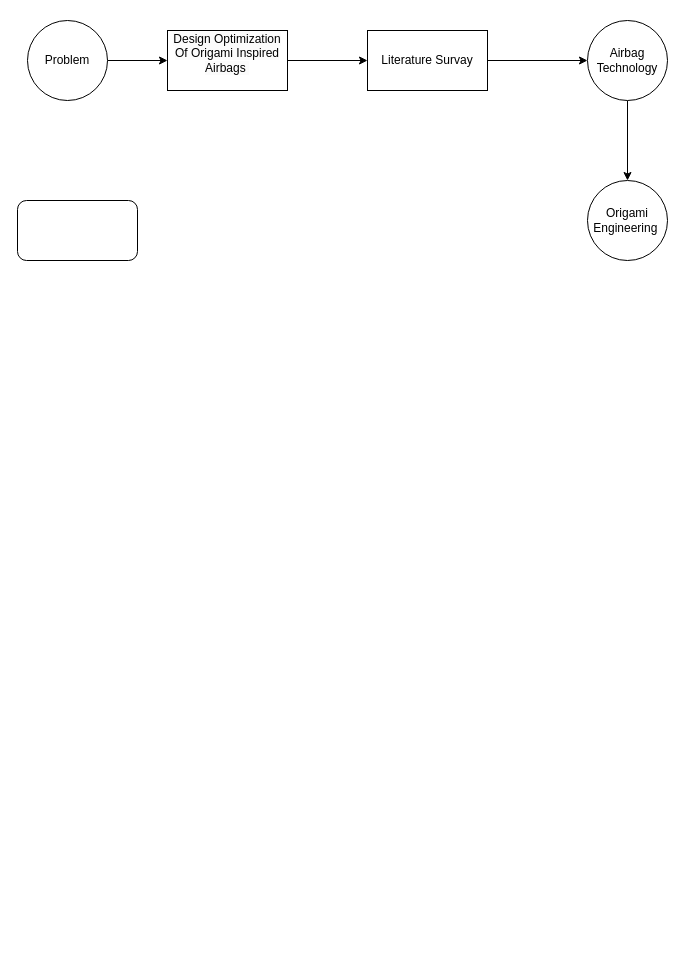
Above: Untitled Diagram.drawio in tettolizer/OrigamiAirBag (draw.io), before the change. Source tidied: cells renumbered, new cells numbered last; positions are measured from the earlier drawing's top-left corner, leaving out a move shared by most shapes. Both pictures are drawn from the tidied source at 100%, with x=0, y=0 at pixel (17, 20).
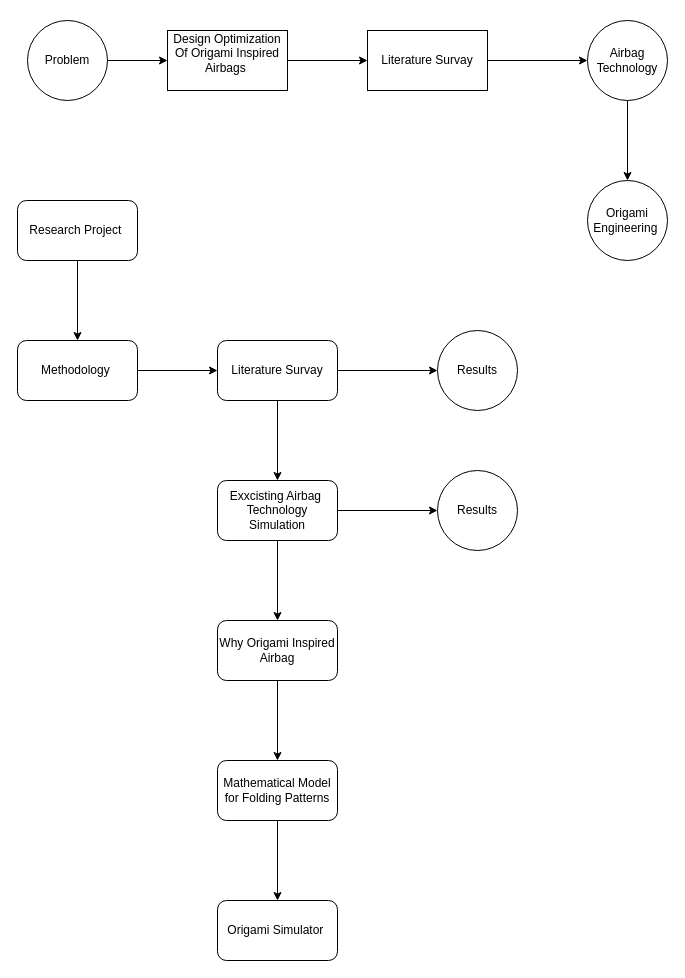
After the change.

The edit, as a diff of the source:
```diff
@@
+    <mxCell id="12" style="edgeStyle=orthogonalEdgeStyle;rounded=0;jettySize=auto;html=1;" parent="1" edge="1" source="11" target="14">
+      <mxGeometry relative="1" as="geometry" />
+    </mxCell>
-    <mxCell id="11" style="rounded=1;whiteSpace=wrap;html=1;" parent="1" vertex="1">
+    <mxCell id="11" value="Research Project&amp;nbsp;" style="rounded=1;whiteSpace=wrap;html=1;" parent="1" vertex="1">
       <mxGeometry y="180" width="120" height="60" as="geometry" />
     </mxCell>
+    <mxCell id="13" style="edgeStyle=orthogonalEdgeStyle;rounded=0;jettySize=auto;html=1;" parent="1" edge="1" source="14" target="17">
+      <mxGeometry relative="1" as="geometry" />
+    </mxCell>
+    <mxCell id="14" value="Methodology&amp;nbsp;" style="whiteSpace=wrap;html=1;rounded=1;" parent="1" vertex="1">
+      <mxGeometry y="320" width="120" height="60" as="geometry" />
+    </mxCell>
+    <mxCell id="15" style="edgeStyle=orthogonalEdgeStyle;rounded=0;jettySize=auto;html=1;" parent="1" edge="1" source="17" target="20">
+      <mxGeometry relative="1" as="geometry" />
+    </mxCell>
+    <mxCell id="16" style="edgeStyle=orthogonalEdgeStyle;rounded=0;jettySize=auto;html=1;" parent="1" edge="1" source="17" target="26">
+      <mxGeometry relative="1" as="geometry" />
+    </mxCell>
+    <mxCell id="17" value="Literature Survay" style="whiteSpace=wrap;html=1;rounded=1;" parent="1" vertex="1">
+      <mxGeometry x="200" y="320" width="120" height="60" as="geometry" />
+    </mxCell>
+    <mxCell id="18" style="edgeStyle=orthogonalEdgeStyle;rounded=0;jettySize=auto;html=1;" parent="1" edge="1" source="20" target="22">
+      <mxGeometry relative="1" as="geometry" />
+    </mxCell>
+    <mxCell id="19" style="edgeStyle=orthogonalEdgeStyle;rounded=0;jettySize=auto;html=1;" parent="1" edge="1" source="20" target="27">
+      <mxGeometry relative="1" as="geometry" />
+    </mxCell>
+    <mxCell id="20" value="Exxcisting Airbag&amp;nbsp; Technology Simulation" style="whiteSpace=wrap;html=1;rounded=1;" parent="1" vertex="1">
+      <mxGeometry x="200" y="460" width="120" height="60" as="geometry" />
+    </mxCell>
+    <mxCell id="21" style="edgeStyle=orthogonalEdgeStyle;rounded=0;jettySize=auto;html=1;" parent="1" edge="1" source="22" target="24">
+      <mxGeometry relative="1" as="geometry" />
+    </mxCell>
+    <mxCell id="22" value="Why Origami Inspired Airbag" style="whiteSpace=wrap;html=1;rounded=1;" parent="1" vertex="1">
+      <mxGeometry x="200" y="600" width="120" height="60" as="geometry" />
+    </mxCell>
+    <mxCell id="23" style="edgeStyle=orthogonalEdgeStyle;rounded=0;jettySize=auto;html=1;" parent="1" edge="1" source="24" target="25">
+      <mxGeometry relative="1" as="geometry" />
+    </mxCell>
+    <mxCell id="24" value="Mathematical Model for Folding Patterns" style="whiteSpace=wrap;html=1;rounded=1;" parent="1" vertex="1">
+      <mxGeometry x="200" y="740" width="120" height="60" as="geometry" />
+    </mxCell>
+    <mxCell id="25" value="Origami Simulator&amp;nbsp;" style="whiteSpace=wrap;html=1;rounded=1;" parent="1" vertex="1">
+      <mxGeometry x="200" y="880" width="120" height="60" as="geometry" />
+    </mxCell>
+    <mxCell id="26" value="Results" style="ellipse;whiteSpace=wrap;html=1;rounded=1;" parent="1" vertex="1">
+      <mxGeometry x="420" y="310" width="80" height="80" as="geometry" />
+    </mxCell>
+    <mxCell id="27" value="Results" style="ellipse;whiteSpace=wrap;html=1;rounded=1;" parent="1" vertex="1">
+      <mxGeometry x="420" y="450" width="80" height="80" as="geometry" />
+    </mxCell>
```
